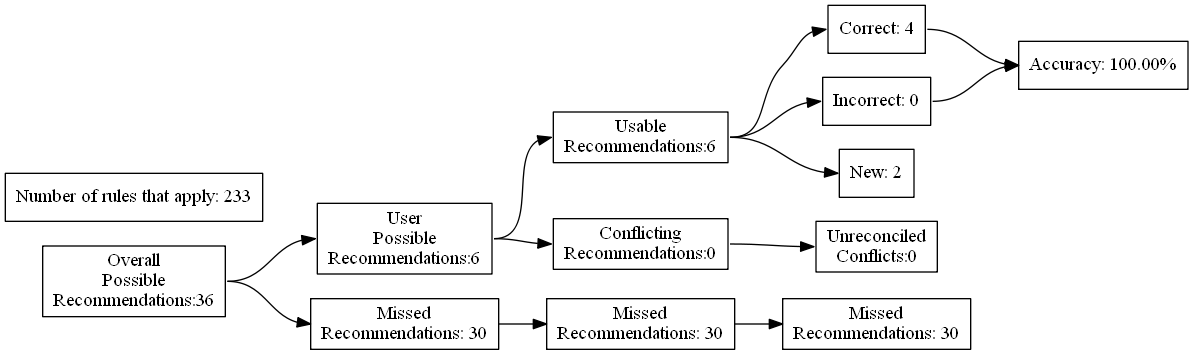
Above: test_renders/26.gv.png in ZaxR/ibd_diet_analysis (Graphviz), before the change. Its source is kept beside it as test_renders/26.gv.
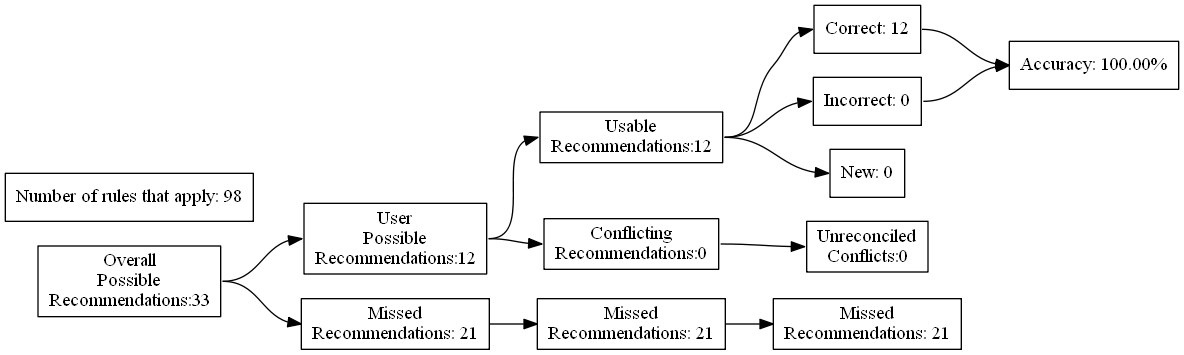
The same diagram one commit later.

The edit, as a diff of the source:
```diff
@@ -4,27 +4,27 @@
 	edge [headport=w tailport=e]
 		A [label="Overall
 Possible
-Recommendations:36"]
+Recommendations:33"]
 		B [label="User
 Possible
-Recommendations:6"]
+Recommendations:12"]
 		C [label="Missed
-Recommendations: 30"]
+Recommendations: 21"]
 		D [label="Usable
-Recommendations:6"]
+Recommendations:12"]
 		E [label="Conflicting
 Recommendations:0"]
 		J [label="Missed
-Recommendations: 30"]
+Recommendations: 21"]
 		M [label="Unreconciled
 Conflicts:0"]
-		F [label="Correct: 4"]
+		F [label="Correct: 12"]
 		G [label="Incorrect: 0"]
-		H [label="New: 2"]
+		H [label="New: 0"]
 		K [label="Missed
-Recommendations: 30"]
+Recommendations: 21"]
 		I [label="Accuracy: 100.00%"]
-		l [label="Number of rules that apply: 233"]
+		l [label="Number of rules that apply: 98"]
 			A -> B
 			A -> C
 			B -> D
```
